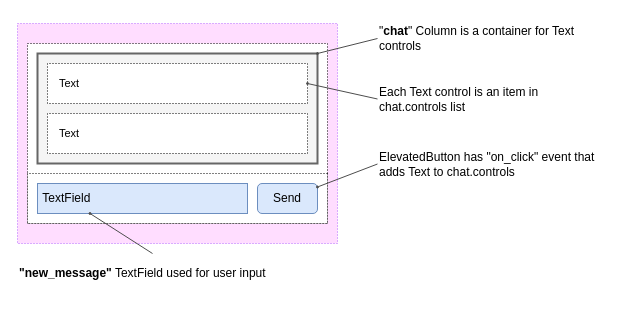
Above: page "Step1" (1 of 2) of static/img/docs/chat-tutorial/chat_layout1.drawio in flet-dev/website (draw.io), before the change. Source tidied: cells renumbered, new cells numbered last; positions are measured from the earlier drawing's top-left corner, leaving out a move shared by most shapes. Both pictures are drawn from the tidied source at 100%, with x=0, y=0 at pixel (17, 23).
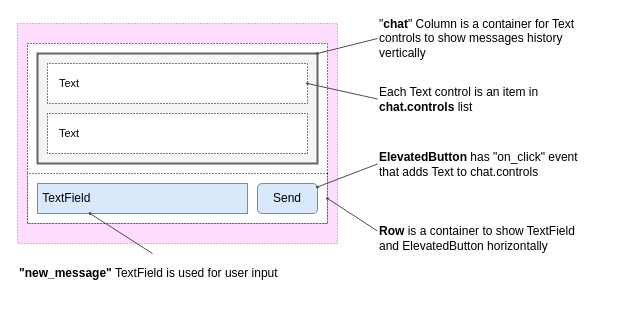
The same diagram, later.

Commit message (it also covers changes not shown here):
layout diagram

The change refers to these unchanged cells:
```xml
<mxCell id="6" style="rounded=0;whiteSpace=wrap;html=1;direction=south;dashed=1;dashPattern=1 2;" parent="1" vertex="1">
  <mxGeometry x="10" y="150" width="300" height="50" as="geometry" />
</mxCell>
```

What changed in the source:
```diff
@@
-    <mxCell id="9" value="ElevatedButton has &quot;on_click&quot; event that adds Text to chat.controls" style="text;html=1;strokeColor=none;fillColor=none;align=left;verticalAlign=middle;whiteSpace=wrap;rounded=0;dashed=1;dashPattern=1 2;sketch=0;fontSize=12;" parent="1" vertex="1">
+    <mxCell id="9" value="&lt;b&gt;ElevatedButton&lt;/b&gt; has &quot;on_click&quot; event that adds Text to chat.controls" style="text;html=1;strokeColor=none;fillColor=none;align=left;verticalAlign=middle;whiteSpace=wrap;rounded=0;dashed=1;dashPattern=1 2;sketch=0;fontSize=12;" parent="1" vertex="1">
       <mxGeometry x="360" y="121" width="220" height="39" as="geometry" />
     </mxCell>
@@
-    <mxCell id="12" value="Each Text control is an item in chat.controls list" style="text;html=1;strokeColor=none;fillColor=none;align=left;verticalAlign=middle;whiteSpace=wrap;rounded=0;dashed=1;dashPattern=1 2;sketch=0;fontSize=12;" parent="1" vertex="1">
+    <mxCell id="12" value="Each Text control is an item in &lt;b&gt;chat.controls&lt;/b&gt; list" style="text;html=1;strokeColor=none;fillColor=none;align=left;verticalAlign=middle;whiteSpace=wrap;rounded=0;dashed=1;dashPattern=1 2;sketch=0;fontSize=12;" parent="1" vertex="1">
       <mxGeometry x="360" y="61" width="230" height="29" as="geometry" />
     </mxCell>
@@
-    <mxCell id="14" value="&quot;&lt;b&gt;chat&lt;/b&gt;&quot; Column is a container for Text controls" style="text;html=1;strokeColor=none;fillColor=none;align=left;verticalAlign=middle;whiteSpace=wrap;rounded=0;dashed=1;dashPattern=1 2;sketch=0;fontSize=12;" parent="1" vertex="1">
+    <mxCell id="14" value="&quot;&lt;b&gt;chat&lt;/b&gt;&quot; Column is a container for Text controls to show messages history vertically" style="text;html=1;strokeColor=none;fillColor=none;align=left;verticalAlign=middle;whiteSpace=wrap;rounded=0;dashed=1;dashPattern=1 2;sketch=0;fontSize=12;" parent="1" vertex="1">
       <mxGeometry x="360" width="210" height="30" as="geometry" />
     </mxCell>
@@
-    <mxCell id="18" value="&lt;b&gt;&quot;new_message&quot;&lt;/b&gt; TextField used for user input&amp;nbsp;" style="text;html=1;strokeColor=none;fillColor=none;align=left;verticalAlign=middle;whiteSpace=wrap;rounded=0;dashed=1;dashPattern=1 2;sketch=0;fontSize=12;" parent="1" vertex="1">
+    <mxCell id="18" value="&lt;b&gt;&quot;new_message&quot;&lt;/b&gt; TextField is used for user input&amp;nbsp;" style="text;html=1;strokeColor=none;fillColor=none;align=left;verticalAlign=middle;whiteSpace=wrap;rounded=0;dashed=1;dashPattern=1 2;sketch=0;fontSize=12;" parent="1" vertex="1">
       <mxGeometry y="230" width="270" height="39" as="geometry" />
     </mxCell>
@@
+    <mxCell id="20" value="&lt;b&gt;Row&lt;/b&gt; is a container to show TextField and ElevatedButton horizontally" style="text;html=1;strokeColor=none;fillColor=none;align=left;verticalAlign=middle;whiteSpace=wrap;rounded=0;dashed=1;dashPattern=1 2;sketch=0;fontSize=12;" parent="1" vertex="1">
+      <mxGeometry x="360" y="200" width="210" height="30" as="geometry" />
+    </mxCell>
+    <mxCell id="21" style="endArrow=oval;html=1;endFill=1;strokeWidth=1;jumpSize=5;endSize=2;startSize=2;strokeColor=#4D4D4D;exitX=0;exitY=0.25;exitDx=0;exitDy=0;entryX=0.5;entryY=0;entryDx=0;entryDy=0;" parent="1" edge="1" source="20" target="6">
+      <mxGeometry relative="1" as="geometry" />
+    </mxCell>
```
